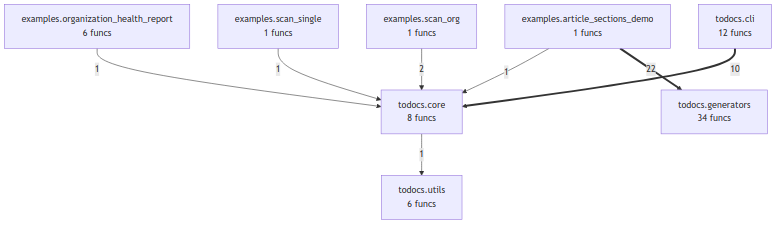
Above: project/compact_flow.png in wronai/todocs (Mermaid), before the change. Its source is kept beside it as project/compact_flow.mmd. Source of this version:
```mermaid
flowchart TD
    examples_article_sections_demo["examples.article_sections_demo<br/>1 funcs"]
    examples_organization_health_report["examples.organization_health_report<br/>6 funcs"]
    examples_scan_org["examples.scan_org<br/>1 funcs"]
    examples_scan_single["examples.scan_single<br/>1 funcs"]
    todocs_cli["todocs.cli<br/>12 funcs"]
    todocs_core["todocs.core<br/>8 funcs"]
    todocs_generators["todocs.generators<br/>34 funcs"]
    todocs_utils["todocs.utils<br/>6 funcs"]
    examples_article_sections_demo ==>|22| todocs_generators
    todocs_cli ==>|10| todocs_core
    examples_scan_org -->|2| todocs_core
    examples_article_sections_demo -->|1| todocs_core
    examples_scan_single -->|1| todocs_core
    examples_organization_health_report -->|1| todocs_core
    todocs_core -->|1| todocs_utils
```
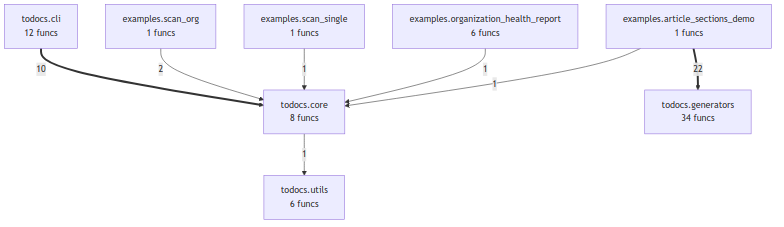
Above is the later version.

Diff of the diagram source:
```diff
@@ -10,7 +10,7 @@
     examples_article_sections_demo ==>|22| todocs_generators
     todocs_cli ==>|10| todocs_core
     examples_scan_org -->|2| todocs_core
-    examples_article_sections_demo -->|1| todocs_core
     examples_scan_single -->|1| todocs_core
     examples_organization_health_report -->|1| todocs_core
+    examples_article_sections_demo -->|1| todocs_core
     todocs_core -->|1| todocs_utils
```
